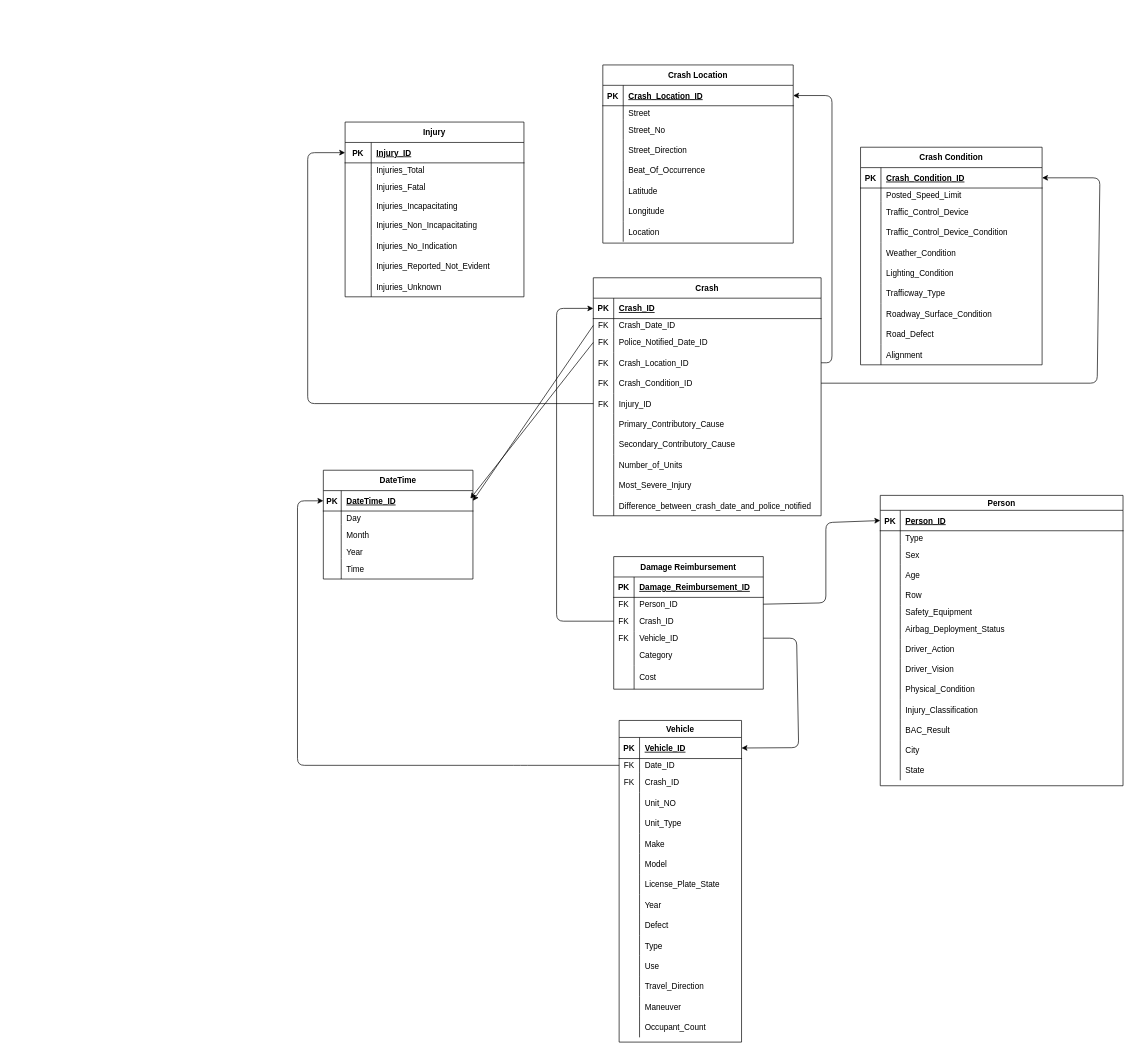
Before: Data Warehouse Schema/DW Schema.drawio in SaraHoxha/lds-dw-modelling, a draw.io diagram. Source tidied: cells renumbered, new cells numbered last; positions are measured from the earlier drawing's top-left corner, leaving out a move shared by most shapes. Both pictures are drawn from the tidied source at 68%, with x=0, y=0 at pixel (297, 65).
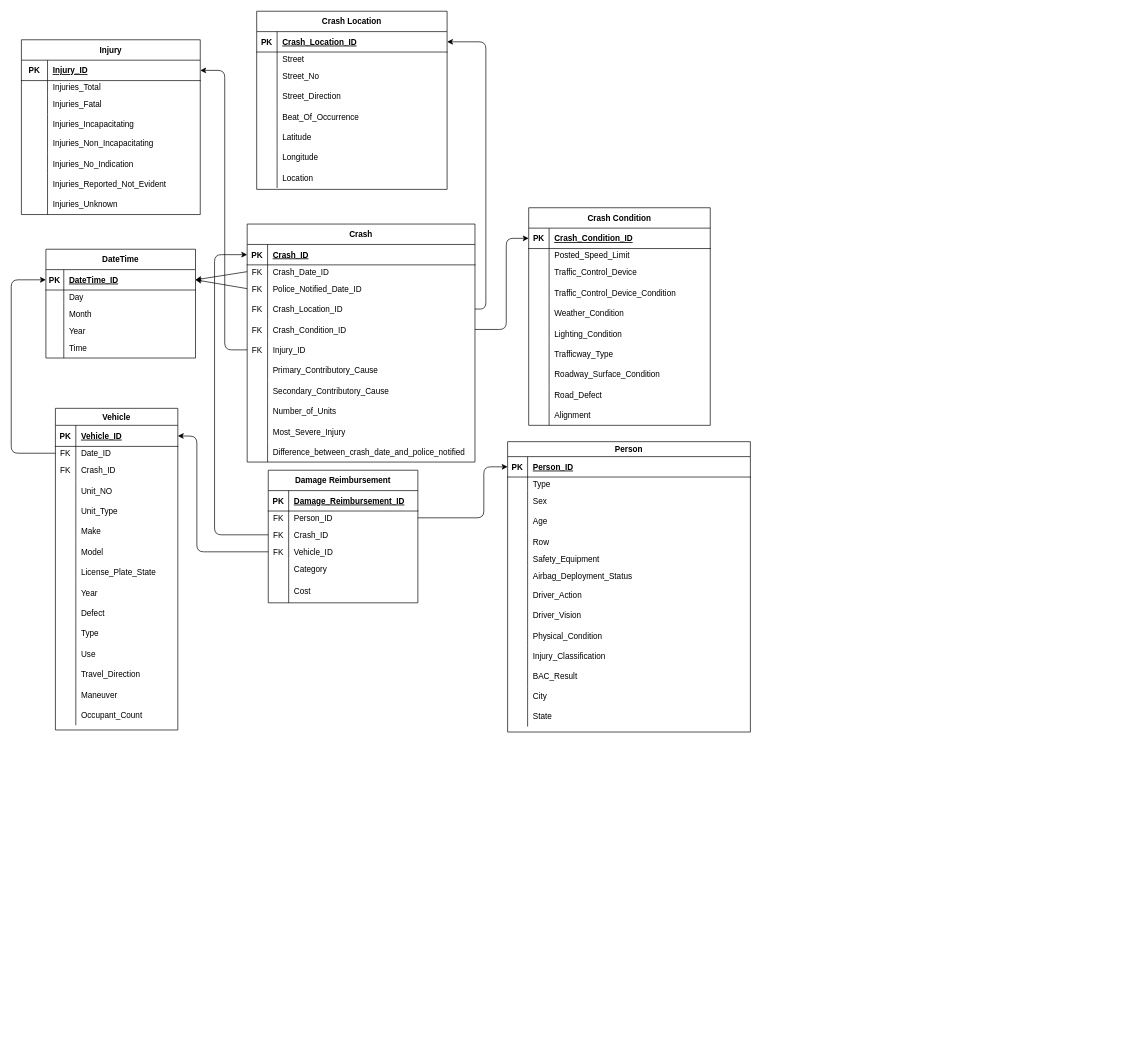
The same diagram, later.

The change refers to these unchanged cells:
```xml
<mxCell id="3" style="shape=tableRow;horizontal=0;startSize=0;swimlaneHead=0;swimlaneBody=0;fillColor=none;points=[[0,0.5],[1,0.5]];portConstraint=eastwest;top=0;left=0;right=0;bottom=1;" parent="2" vertex="1">
  <mxGeometry y="22" width="357" height="30" as="geometry" />
</mxCell>
<mxCell id="46" style="shape=tableRow;horizontal=0;startSize=0;swimlaneHead=0;swimlaneBody=0;fillColor=none;points=[[0,0.5],[1,0.5]];portConstraint=eastwest;top=0;left=0;right=0;bottom=1;" parent="45" vertex="1">
  <mxGeometry y="30" width="267" height="30" as="geometry" />
</mxCell>
<mxCell id="80" style="shape=tableRow;horizontal=0;startSize=0;swimlaneHead=0;swimlaneBody=0;fillColor=none;points=[[0,0.5],[1,0.5]];portConstraint=eastwest;top=0;left=0;right=0;bottom=0;" parent="76" vertex="1">
  <mxGeometry y="60" width="220" height="20" as="geometry" />
</mxCell>
<mxCell id="83" style="shape=tableRow;horizontal=0;startSize=0;swimlaneHead=0;swimlaneBody=0;fillColor=none;points=[[0,0.5],[1,0.5]];portConstraint=eastwest;top=0;left=0;right=0;bottom=0;" parent="76" vertex="1">
  <mxGeometry y="80" width="220" height="30" as="geometry" />
</mxCell>
<mxCell id="86" style="shape=tableRow;horizontal=0;startSize=0;swimlaneHead=0;swimlaneBody=0;fillColor=none;points=[[0,0.5],[1,0.5]];portConstraint=eastwest;top=0;left=0;right=0;bottom=0;" parent="76" vertex="1">
  <mxGeometry y="110" width="220" height="20" as="geometry" />
</mxCell>
<mxCell id="96" style="shape=tableRow;horizontal=0;startSize=0;swimlaneHead=0;swimlaneBody=0;fillColor=none;points=[[0,0.5],[1,0.5]];portConstraint=eastwest;top=0;left=0;right=0;bottom=1;" parent="95" vertex="1">
  <mxGeometry y="25" width="180" height="31" as="geometry" />
</mxCell>
<mxCell id="99" style="shape=tableRow;horizontal=0;startSize=0;swimlaneHead=0;swimlaneBody=0;fillColor=none;points=[[0,0.5],[1,0.5]];portConstraint=eastwest;top=0;left=0;right=0;bottom=0;" parent="95" vertex="1">
  <mxGeometry y="56" width="180" height="20" as="geometry" />
</mxCell>
<mxCell id="142" style="shape=tableRow;horizontal=0;startSize=0;swimlaneHead=0;swimlaneBody=0;fillColor=none;points=[[0,0.5],[1,0.5]];portConstraint=eastwest;top=0;left=0;right=0;bottom=1;" parent="141" vertex="1">
  <mxGeometry y="30" width="335" height="30" as="geometry" />
</mxCell>
<mxCell id="148" style="shape=tableRow;horizontal=0;startSize=0;swimlaneHead=0;swimlaneBody=0;fillColor=none;points=[[0,0.5],[1,0.5]];portConstraint=eastwest;top=0;left=0;right=0;bottom=0;" parent="141" vertex="1">
  <mxGeometry y="80" width="335" height="30" as="geometry" />
</mxCell>
<mxCell id="151" style="shape=tableRow;horizontal=0;startSize=0;swimlaneHead=0;swimlaneBody=0;fillColor=none;points=[[0,0.5],[1,0.5]];portConstraint=eastwest;top=0;left=0;right=0;bottom=0;" parent="141" vertex="1">
  <mxGeometry y="110" width="335" height="30" as="geometry" />
</mxCell>
<mxCell id="154" style="shape=tableRow;horizontal=0;startSize=0;swimlaneHead=0;swimlaneBody=0;fillColor=none;points=[[0,0.5],[1,0.5]];portConstraint=eastwest;top=0;left=0;right=0;bottom=0;" parent="141" vertex="1">
  <mxGeometry y="140" width="335" height="30" as="geometry" />
</mxCell>
<mxCell id="157" style="shape=tableRow;horizontal=0;startSize=0;swimlaneHead=0;swimlaneBody=0;fillColor=none;points=[[0,0.5],[1,0.5]];portConstraint=eastwest;top=0;left=0;right=0;bottom=0;" parent="141" vertex="1">
  <mxGeometry y="170" width="335" height="30" as="geometry" />
</mxCell>
<mxCell id="176" style="shape=tableRow;horizontal=0;startSize=0;swimlaneHead=0;swimlaneBody=0;fillColor=none;points=[[0,0.5],[1,0.5]];portConstraint=eastwest;top=0;left=0;right=0;bottom=1;" parent="175" vertex="1">
  <mxGeometry y="30" width="263" height="30" as="geometry" />
</mxCell>
<mxCell id="201" style="shape=tableRow;horizontal=0;startSize=0;swimlaneHead=0;swimlaneBody=0;fillColor=none;points=[[0,0.5],[1,0.5]];portConstraint=eastwest;top=0;left=0;right=0;bottom=1;" parent="200" vertex="1">
  <mxGeometry y="30" width="220" height="30" as="geometry" />
</mxCell>
<mxCell id="217" style="shape=tableRow;horizontal=0;startSize=0;swimlaneHead=0;swimlaneBody=0;fillColor=none;points=[[0,0.5],[1,0.5]];portConstraint=eastwest;top=0;left=0;right=0;bottom=1;" parent="216" vertex="1">
  <mxGeometry y="30" width="280" height="30" as="geometry" />
</mxCell>
```

Diff of the diagram source:
```diff
@@
     <mxCell id="2" value="Person" style="shape=table;startSize=22;childLayout=tableLayout;rowLines=0;fontStyle=1;align=center;" parent="1" vertex="1">
-      <mxGeometry x="857" y="633" width="357" height="427" as="geometry" />
+      <mxGeometry x="309" y="554" width="357" height="427" as="geometry" />
     </mxCell>
@@
     <mxCell id="45" value="Crash Condition" style="shape=table;startSize=30;childLayout=tableLayout;rowLines=0;fontStyle=1;align=center;" parent="1" vertex="1">
-      <mxGeometry x="828" y="121" width="267" height="320" as="geometry" />
+      <mxGeometry x="340" y="210" width="267" height="320" as="geometry" />
     </mxCell>
@@
     <mxCell id="76" value="Damage Reimbursement" style="shape=table;startSize=30;childLayout=tableLayout;rowLines=0;fontStyle=1;align=center;" parent="1" vertex="1">
-      <mxGeometry x="465" y="723" width="220" height="195" as="geometry" />
+      <mxGeometry x="-43" y="596" width="220" height="195" as="geometry" />
     </mxCell>
@@
     <mxCell id="95" value="Vehicle" style="shape=table;startSize=25;childLayout=tableLayout;rowLines=0;fontStyle=1;align=center;" parent="1" vertex="1">
-      <mxGeometry x="473" y="964" width="180" height="473" as="geometry" />
+      <mxGeometry x="-356" y="505" width="180" height="473" as="geometry" />
     </mxCell>
@@
     <mxCell id="141" value="Crash" style="shape=table;startSize=30;childLayout=tableLayout;rowLines=0;fontStyle=1;align=center;" parent="1" vertex="1">
-      <mxGeometry x="435" y="313" width="335" height="350" as="geometry" />
+      <mxGeometry x="-74" y="234" width="335" height="350" as="geometry" />
     </mxCell>
@@
     <mxCell id="175" value="Injury" style="shape=table;startSize=30;childLayout=tableLayout;rowLines=0;fontStyle=1;align=center;" parent="1" vertex="1">
-      <mxGeometry x="70" y="84" width="263" height="257" as="geometry" />
+      <mxGeometry x="-406" y="-37" width="263" height="257" as="geometry" />
     </mxCell>
@@
     <mxCell id="200" value="DateTime" style="shape=table;startSize=30;childLayout=tableLayout;rowLines=0;fontStyle=1;align=center;" parent="1" vertex="1">
-      <mxGeometry x="38" y="596" width="220" height="160" as="geometry" />
+      <mxGeometry x="-370" y="271" width="220" height="160" as="geometry" />
     </mxCell>
@@
     <mxCell id="216" value="Crash Location" style="shape=table;startSize=30;childLayout=tableLayout;rowLines=0;fontStyle=1;align=center;" parent="1" vertex="1">
-      <mxGeometry x="449" width="280" height="262" as="geometry" />
+      <mxGeometry x="-60" y="-79" width="280" height="262" as="geometry" />
     </mxCell>
@@
     <mxCell id="241" style="edgeStyle=none;html=1;exitX=1;exitY=0.5;exitDx=0;exitDy=0;entryX=0;entryY=0.5;entryDx=0;entryDy=0;" parent="1" edge="1" source="80" target="3">
       <mxGeometry relative="1" as="geometry">
         <Array as="points">
-          <mxPoint x="777" y="791" />
-          <mxPoint x="777" y="673" />
+          <mxPoint x="274" y="666" />
+          <mxPoint x="274" y="591" />
         </Array>
       </mxGeometry>
     </mxCell>
-    <mxCell id="242" style="edgeStyle=none;html=1;exitX=1;exitY=0.5;exitDx=0;exitDy=0;entryX=1;entryY=0.5;entryDx=0;entryDy=0;" parent="1" edge="1" source="86" target="96">
-      <mxGeometry relative="1" as="geometry">
-        <Array as="points">
-          <mxPoint x="734" y="843" />
-          <mxPoint x="737" y="1004" />
-        </Array>
-      </mxGeometry>
-    </mxCell>
     <mxCell id="243" style="edgeStyle=none;html=1;exitX=0;exitY=0.5;exitDx=0;exitDy=0;entryX=0;entryY=0.5;entryDx=0;entryDy=0;" parent="1" edge="1" source="83" target="142">
       <mxGeometry relative="1" as="geometry">
         <Array as="points">
-          <mxPoint x="381" y="818" />
-          <mxPoint x="381" y="358" />
+          <mxPoint x="-122" y="691" />
+          <mxPoint x="-122" y="279" />
         </Array>
       </mxGeometry>
     </mxCell>
     <mxCell id="244" style="edgeStyle=none;html=1;exitX=1;exitY=0.5;exitDx=0;exitDy=0;entryX=1;entryY=0.5;entryDx=0;entryDy=0;" parent="1" edge="1" source="151" target="217">
       <mxGeometry relative="1" as="geometry">
         <Array as="points">
-          <mxPoint x="786" y="438" />
-          <mxPoint x="786" y="45" />
+          <mxPoint x="277" y="359" />
+          <mxPoint x="277" y="-34" />
         </Array>
       </mxGeometry>
     </mxCell>
-    <mxCell id="245" style="edgeStyle=none;html=1;exitX=0;exitY=0.5;exitDx=0;exitDy=0;entryX=0;entryY=0.5;entryDx=0;entryDy=0;" parent="1" edge="1" source="99" target="201">
-      <mxGeometry relative="1" as="geometry">
-        <Array as="points">
-          <mxPoint x="328" y="1030" />
-          <mxPoint y="1030" />
-          <mxPoint y="641" />
-        </Array>
-      </mxGeometry>
-    </mxCell>
-    <mxCell id="246" style="edgeStyle=none;html=1;exitX=1;exitY=0.5;exitDx=0;exitDy=0;entryX=1;entryY=0.5;entryDx=0;entryDy=0;" parent="1" edge="1" source="154" target="46">
-      <mxGeometry relative="1" as="geometry">
-        <Array as="points">
-          <mxPoint x="1176" y="468" />
-          <mxPoint x="1180" y="166" />
-        </Array>
-      </mxGeometry>
-    </mxCell>
-    <mxCell id="247" style="edgeStyle=none;html=1;exitX=0;exitY=0.5;exitDx=0;exitDy=0;entryX=0;entryY=0.5;entryDx=0;entryDy=0;" parent="1" edge="1" source="157" target="176">
-      <mxGeometry relative="1" as="geometry">
-        <Array as="points">
-          <mxPoint x="15" y="498" />
-          <mxPoint x="15" y="129" />
-        </Array>
-      </mxGeometry>
-    </mxCell>
@@
-    <mxCell id="249" style="edgeStyle=none;html=1;exitX=0;exitY=0.5;exitDx=0;exitDy=0;" parent="1" edge="1" source="148">
-      <mxGeometry relative="1" as="geometry">
-        <mxPoint x="254.3" y="637.7" as="targetPoint" />
-      </mxGeometry>
+    <mxCell id="249" style="edgeStyle=none;html=1;exitX=0;exitY=0.5;exitDx=0;exitDy=0;entryX=1;entryY=0.5;entryDx=0;entryDy=0;" parent="1" edge="1" source="148" target="201">
+      <mxGeometry relative="1" as="geometry" />
     </mxCell>
+    <mxCell id="245" style="edgeStyle=none;html=1;exitX=0;exitY=0.5;exitDx=0;exitDy=0;entryX=0;entryY=0.5;entryDx=0;entryDy=0;" parent="1" edge="1" source="99" target="201">
+      <mxGeometry relative="1" as="geometry">
+        <Array as="points">
+          <mxPoint x="-421" y="571" />
+          <mxPoint x="-421" y="316" />
+        </Array>
+      </mxGeometry>
+    </mxCell>
+    <mxCell id="247" style="edgeStyle=none;html=1;exitX=0;exitY=0.5;exitDx=0;exitDy=0;entryX=1;entryY=0.5;entryDx=0;entryDy=0;" parent="1" edge="1" source="157" target="176">
+      <mxGeometry relative="1" as="geometry">
+        <Array as="points">
+          <mxPoint x="-107" y="419" />
+          <mxPoint x="-107" y="8" />
+        </Array>
+      </mxGeometry>
+    </mxCell>
+    <mxCell id="242" style="edgeStyle=none;html=1;exitX=0;exitY=0.5;exitDx=0;exitDy=0;entryX=1;entryY=0.5;entryDx=0;entryDy=0;" parent="1" edge="1" source="86" target="96">
+      <mxGeometry relative="1" as="geometry">
+        <Array as="points">
+          <mxPoint x="-148" y="716" />
+          <mxPoint x="-148" y="546" />
+        </Array>
+      </mxGeometry>
+    </mxCell>
+    <mxCell id="246" style="edgeStyle=none;html=1;exitX=1;exitY=0.5;exitDx=0;exitDy=0;entryX=0;entryY=0.5;entryDx=0;entryDy=0;" parent="1" edge="1" source="154" target="46">
+      <mxGeometry relative="1" as="geometry">
+        <Array as="points">
+          <mxPoint x="307" y="389" />
+          <mxPoint x="307" y="255" />
+        </Array>
+      </mxGeometry>
+    </mxCell>
```
